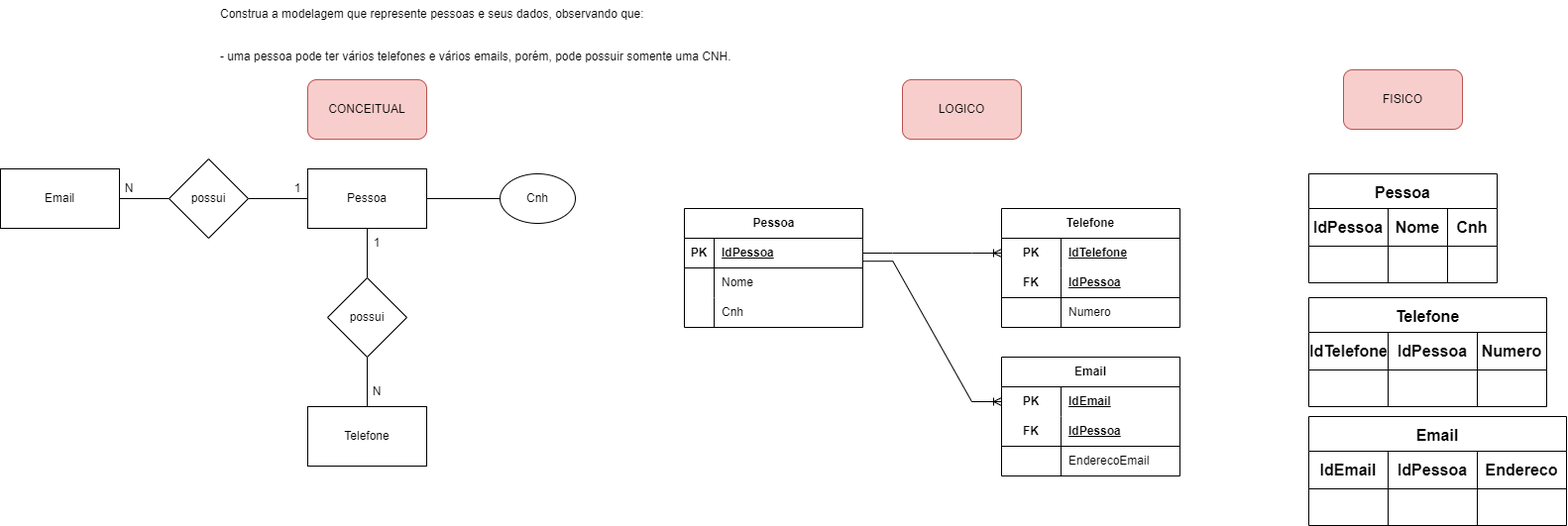
Above: 1.1_pessoas/1.1.completo.drawio.png in prgfe/senai_sprint1_bd (draw.io), before the change. Source tidied: cells renumbered, new cells last; positions are measured from the earlier drawing's top-left corner, leaving out a move shared by most shapes.
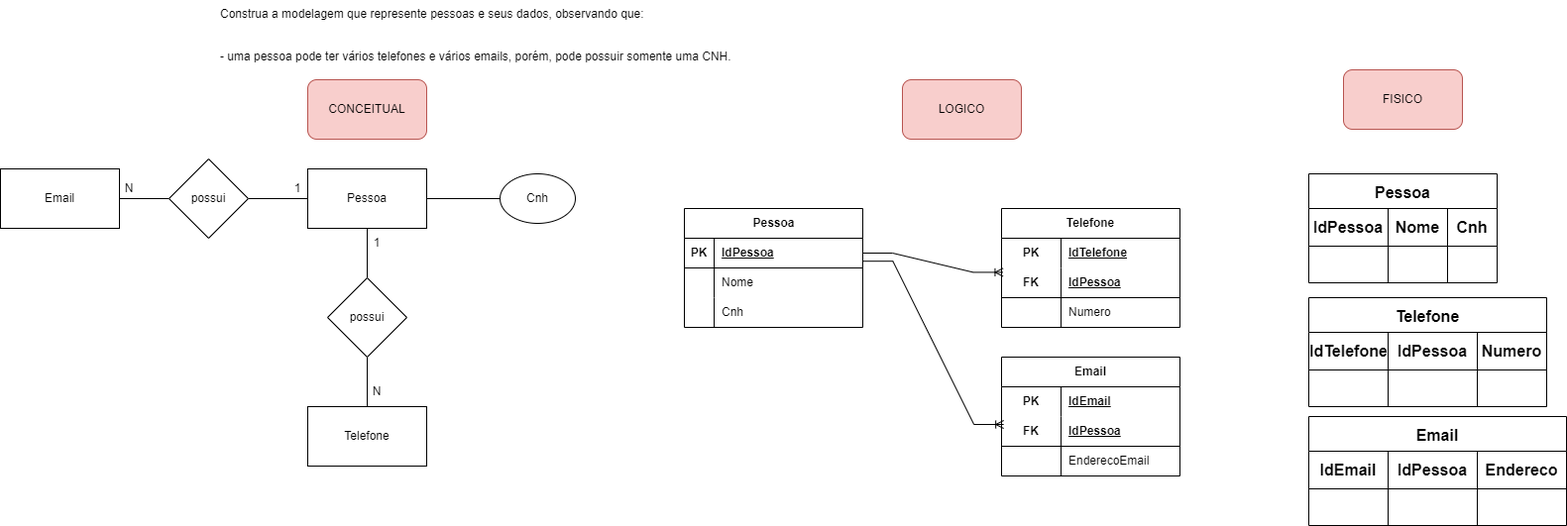
Above is the later version.

The edit, as a diff of the source:
```diff
@@ -136,7 +136,7 @@
     <mxCell id="44" value="EnderecoEmail" style="shape=partialRectangle;fillColor=none;top=0;left=0;bottom=0;right=0;align=left;spacingLeft=6;overflow=hidden;html=1;whiteSpace=wrap;" parent="42" vertex="1">
       <mxGeometry x="60" width="120" height="30" as="geometry" />
     </mxCell>
-    <mxCell id="45" style="edgeStyle=entityRelationEdgeStyle;fontSize=12;html=1;endArrow=ERoneToMany;rounded=0;exitX=1;exitY=0.5;exitDx=0;exitDy=0;entryX=0;entryY=0.5;entryDx=0;entryDy=0;" parent="1" edge="1" source="16" target="26">
+    <mxCell id="45" style="edgeStyle=entityRelationEdgeStyle;fontSize=12;html=1;endArrow=ERoneToMany;rounded=0;exitX=1;exitY=0.5;exitDx=0;exitDy=0;entryX=0.008;entryY=0.147;entryDx=0;entryDy=0;entryPerimeter=0;" parent="1" edge="1" source="16" target="29">
       <mxGeometry relative="1" as="geometry">
         <Array as="points">
           <mxPoint x="730" y="320" />
@@ -149,7 +149,7 @@
     <mxCell id="46" value="Cnh" style="ellipse;whiteSpace=wrap;html=1;" parent="1" vertex="1">
       <mxGeometry x="504" y="175" width="76" height="50" as="geometry" />
     </mxCell>
-    <mxCell id="47" style="edgeStyle=entityRelationEdgeStyle;fontSize=12;html=1;endArrow=ERoneToMany;rounded=0;exitX=1.002;exitY=0.773;exitDx=0;exitDy=0;entryX=0;entryY=0.5;entryDx=0;entryDy=0;exitPerimeter=0;" parent="1" edge="1" source="16" target="36">
+    <mxCell id="47" style="edgeStyle=entityRelationEdgeStyle;fontSize=12;html=1;endArrow=ERoneToMany;rounded=0;exitX=1.002;exitY=0.773;exitDx=0;exitDy=0;entryX=0.012;entryY=0.267;entryDx=0;entryDy=0;exitPerimeter=0;entryPerimeter=0;" parent="1" edge="1" source="16" target="39">
       <mxGeometry relative="1" as="geometry">
         <Array as="points">
           <mxPoint x="730" y="475" />
```
